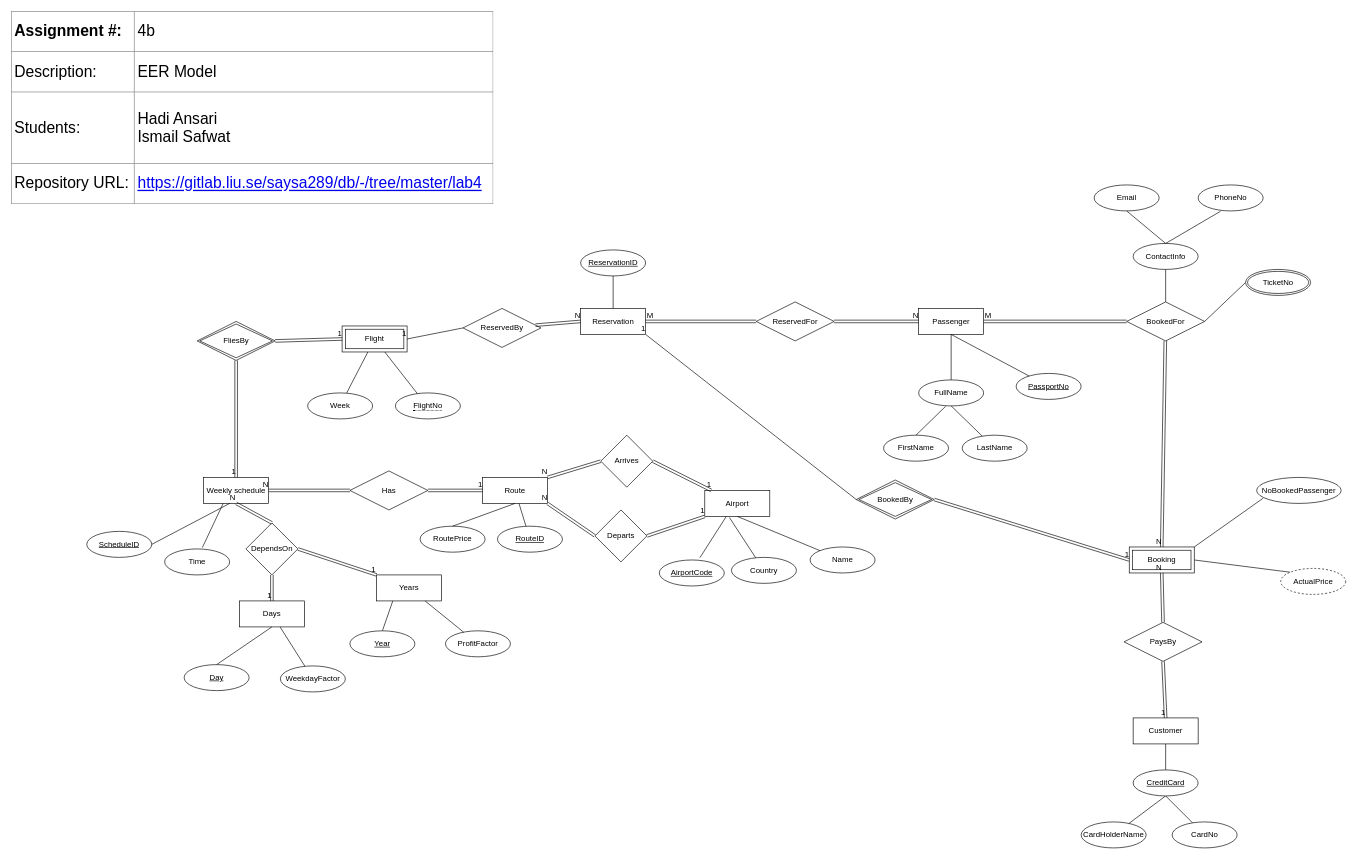
Above: page "EER Model" (1 of 2) of lab4/Assignment4b.drawio in hadi-ansari/TDDD12 (draw.io), before the change. Source tidied: cells renumbered, new cells numbered last; positions are measured from the earlier drawing's top-left corner, leaving out a move shared by most shapes. Both pictures are drawn from the tidied source at 65%, with x=0, y=0 at pixel (11, 11).
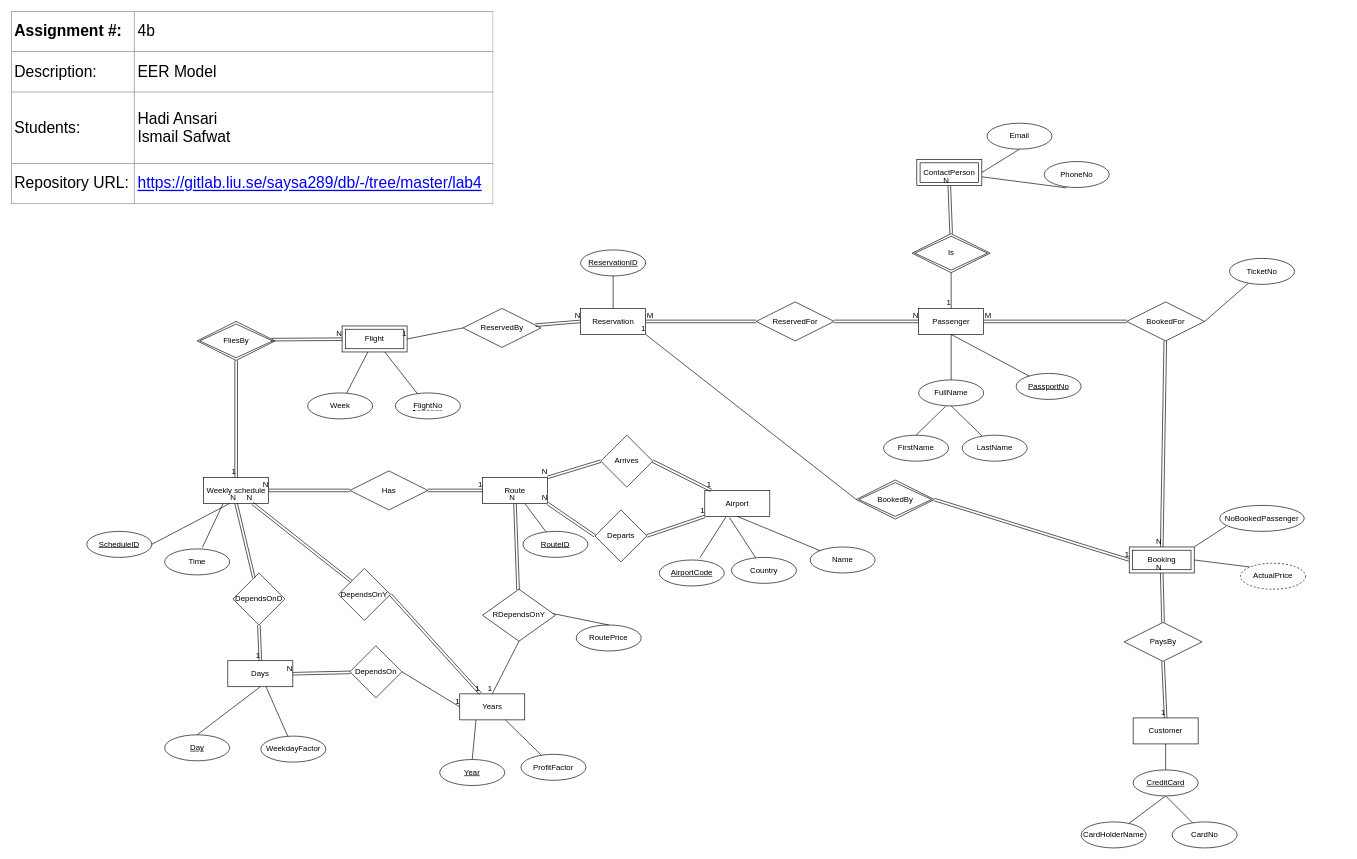
The same diagram, later.

The change refers to these unchanged cells:
```xml
<mxCell id="5" value="Flight" style="shape=ext;margin=3;double=1;whiteSpace=wrap;html=1;align=center;" parent="1" vertex="1">
  <mxGeometry x="508.8" y="484" width="100" height="40" as="geometry" />
</mxCell>
<mxCell id="6" value="Weekly schedule" style="whiteSpace=wrap;html=1;align=center;" parent="1" vertex="1">
  <mxGeometry x="295.8" y="717" width="100" height="40" as="geometry" />
</mxCell>
<mxCell id="7" value="FliesBy" style="shape=rhombus;double=1;perimeter=rhombusPerimeter;whiteSpace=wrap;html=1;align=center;" parent="1" vertex="1">
  <mxGeometry x="285.8" y="477" width="120" height="60" as="geometry" />
</mxCell>
<mxCell id="11" value="Route" style="whiteSpace=wrap;html=1;align=center;" parent="1" vertex="1">
  <mxGeometry x="724.8" y="717" width="100" height="40" as="geometry" />
</mxCell>
<mxCell id="21" value="Passenger" style="whiteSpace=wrap;html=1;align=center;" parent="1" vertex="1">
  <mxGeometry x="1395.8" y="457" width="100" height="40" as="geometry" />
</mxCell>
<mxCell id="37" value="BookedFor" style="shape=rhombus;perimeter=rhombusPerimeter;whiteSpace=wrap;html=1;align=center;" parent="1" vertex="1">
  <mxGeometry x="1715.8" y="447" width="120" height="60" as="geometry" />
</mxCell>
```

Diff of the diagram source:
```diff
@@
-    <mxCell id="49" style="endArrow=none;html=1;rounded=0;exitX=1;exitY=0.5;exitDx=0;exitDy=0;entryX=0;entryY=0.5;entryDx=0;entryDy=0;" parent="1" edge="1" source="37" target="50">
+    <mxCell id="49" style="endArrow=none;html=1;rounded=0;exitX=1;exitY=0.5;exitDx=0;exitDy=0;" parent="1" edge="1" source="37" target="50">
       <mxGeometry relative="1" as="geometry" />
     </mxCell>
-    <mxCell id="50" value="TicketNo" style="ellipse;shape=doubleEllipse;margin=3;whiteSpace=wrap;html=1;align=center;" parent="1" vertex="1">
-      <mxGeometry x="1898.8" y="397" width="100" height="40" as="geometry" />
-    </mxCell>
-    <mxCell id="51" value="ContactInfo" style="ellipse;whiteSpace=wrap;html=1;align=center;" parent="1" vertex="1">
-      <mxGeometry x="1725.8" y="357" width="100" height="40" as="geometry" />
-    </mxCell>
     <mxCell id="52" value="Email" style="ellipse;whiteSpace=wrap;html=1;align=center;" parent="1" vertex="1">
-      <mxGeometry x="1665.8" y="267" width="100" height="40" as="geometry" />
+      <mxGeometry x="1501" y="172" width="100" height="40" as="geometry" />
     </mxCell>
     <mxCell id="53" value="PhoneNo" style="ellipse;whiteSpace=wrap;html=1;align=center;" parent="1" vertex="1">
-      <mxGeometry x="1825.8" y="267" width="100" height="40" as="geometry" />
+      <mxGeometry x="1589" y="231" width="100" height="40" as="geometry" />
     </mxCell>
-    <mxCell id="54" style="endArrow=none;html=1;rounded=0;exitX=0.5;exitY=0;exitDx=0;exitDy=0;entryX=0.5;entryY=1;entryDx=0;entryDy=0;" parent="1" edge="1" source="37" target="51">
-      <mxGeometry relative="1" as="geometry" />
-    </mxCell>
-    <mxCell id="55" style="endArrow=none;html=1;rounded=0;exitX=0.5;exitY=0;exitDx=0;exitDy=0;entryX=0.344;entryY=1.014;entryDx=0;entryDy=0;entryPerimeter=0;" parent="1" edge="1" source="51" target="53">
+    <mxCell id="55" style="endArrow=none;html=1;rounded=0;entryX=0.344;entryY=1.014;entryDx=0;entryDy=0;entryPerimeter=0;" parent="1" edge="1" source="139" target="53">
       <mxGeometry relative="1" as="geometry" />
     </mxCell>
-    <mxCell id="56" style="endArrow=none;html=1;rounded=0;exitX=0.5;exitY=1;exitDx=0;exitDy=0;entryX=0.5;entryY=0;entryDx=0;entryDy=0;" parent="1" edge="1" source="52" target="51">
+    <mxCell id="56" style="endArrow=none;html=1;rounded=0;exitX=0.5;exitY=1;exitDx=0;exitDy=0;entryX=1;entryY=0.5;entryDx=0;entryDy=0;" parent="1" edge="1" source="52" target="139">
       <mxGeometry relative="1" as="geometry" />
     </mxCell>
     <mxCell id="57" value="RoutePrice" style="ellipse;whiteSpace=wrap;html=1;align=center;" parent="1" vertex="1">
-      <mxGeometry x="628.8" y="792" width="100" height="40" as="geometry" />
+      <mxGeometry x="869" y="944" width="100" height="40" as="geometry" />
     </mxCell>
-    <mxCell id="58" style="endArrow=none;html=1;rounded=0;exitX=0.5;exitY=1;exitDx=0;exitDy=0;entryX=0.5;entryY=0;entryDx=0;entryDy=0;" parent="1" edge="1" source="11" target="57">
+    <mxCell id="58" style="endArrow=none;html=1;rounded=0;exitX=0.947;exitY=0.463;exitDx=0;exitDy=0;entryX=0.5;entryY=0;entryDx=0;entryDy=0;exitPerimeter=0;" parent="1" edge="1" source="132" target="57">
       <mxGeometry relative="1" as="geometry" />
     </mxCell>
@@
-    <mxCell id="67" style="shape=link;html=1;rounded=0;exitX=1;exitY=0.5;exitDx=0;exitDy=0;entryX=0;entryY=0.5;entryDx=0;entryDy=0;" parent="1" edge="1" source="7" target="5">
-      <mxGeometry relative="1" as="geometry" />
-    </mxCell>
-    <mxCell id="68" value="1" style="html=1;align=right;verticalAlign=bottom;" parent="67" vertex="1">
-      <mxGeometry x="1" relative="1" as="geometry" />
-    </mxCell>
@@
     <mxCell id="73" value="NoBookedPassenger" style="ellipse;whiteSpace=wrap;html=1;align=center;" parent="1" vertex="1">
-      <mxGeometry x="1915.8" y="717" width="130" height="40" as="geometry" />
+      <mxGeometry x="1859" y="760" width="130" height="40" as="geometry" />
     </mxCell>
@@
     <mxCell id="75" value="ActualPrice" style="ellipse;whiteSpace=wrap;html=1;align=center;dashed=1;" parent="1" vertex="1">
-      <mxGeometry x="1952.8" y="857" width="100" height="40" as="geometry" />
+      <mxGeometry x="1891" y="849" width="100" height="40" as="geometry" />
     </mxCell>
@@
     <mxCell id="78" value="Days" style="whiteSpace=wrap;html=1;align=center;" parent="1" vertex="1">
-      <mxGeometry x="350.8" y="907" width="100" height="40" as="geometry" />
+      <mxGeometry x="333" y="999" width="100" height="40" as="geometry" />
     </mxCell>
     <mxCell id="79" value="WeekdayFactor" style="ellipse;whiteSpace=wrap;html=1;align=center;" parent="1" vertex="1">
-      <mxGeometry x="413.8" y="1007" width="100" height="40" as="geometry" />
+      <mxGeometry x="383.8" y="1115" width="100" height="40" as="geometry" />
     </mxCell>
@@
     <mxCell id="82" value="Years" style="whiteSpace=wrap;html=1;align=center;" parent="1" vertex="1">
-      <mxGeometry x="561.8" y="867" width="100" height="40" as="geometry" />
+      <mxGeometry x="689.8" y="1050" width="100" height="40" as="geometry" />
     </mxCell>
     <mxCell id="83" value="ProfitFactor" style="ellipse;whiteSpace=wrap;html=1;align=center;" parent="1" vertex="1">
-      <mxGeometry x="667.8" y="953" width="100" height="40" as="geometry" />
+      <mxGeometry x="784" y="1143" width="100" height="40" as="geometry" />
     </mxCell>
@@
     <mxCell id="85" value="DependsOn" style="rhombus;whiteSpace=wrap;html=1;" parent="1" vertex="1">
-      <mxGeometry x="360.8" y="787" width="80" height="80" as="geometry" />
+      <mxGeometry x="520.8" y="976" width="80" height="80" as="geometry" />
     </mxCell>
     <mxCell id="86" value="Day" style="ellipse;whiteSpace=wrap;html=1;align=center;fontStyle=4;" parent="1" vertex="1">
-      <mxGeometry x="265.8" y="1005" width="100" height="40" as="geometry" />
+      <mxGeometry x="235.8" y="1113" width="100" height="40" as="geometry" />
     </mxCell>
     <mxCell id="87" value="Year" style="ellipse;whiteSpace=wrap;html=1;align=center;fontStyle=4;" parent="1" vertex="1">
-      <mxGeometry x="520.8" y="953" width="100" height="40" as="geometry" />
+      <mxGeometry x="659" y="1151" width="100" height="40" as="geometry" />
     </mxCell>
-    <mxCell id="88" style="shape=link;html=1;rounded=0;entryX=0.5;entryY=1;entryDx=0;entryDy=0;exitX=0.5;exitY=0;exitDx=0;exitDy=0;" parent="1" edge="1" source="85" target="6">
-      <mxGeometry relative="1" as="geometry" />
-    </mxCell>
-    <mxCell id="89" value="N" style="html=1;align=right;verticalAlign=bottom;" parent="88" vertex="1">
-      <mxGeometry x="1" relative="1" as="geometry" />
-    </mxCell>
@@
-    <mxCell id="111" style="shape=link;html=1;rounded=0;exitX=1;exitY=0.5;exitDx=0;exitDy=0;entryX=0;entryY=0;entryDx=0;entryDy=0;" parent="1" edge="1" source="85" target="82">
-      <mxGeometry relative="1" as="geometry" />
-    </mxCell>
-    <mxCell id="112" value="1" style="html=1;align=right;verticalAlign=bottom;" parent="111" vertex="1">
-      <mxGeometry x="1" relative="1" as="geometry" />
-    </mxCell>
-    <mxCell id="113" style="shape=link;html=1;rounded=0;exitX=0.5;exitY=1;exitDx=0;exitDy=0;" parent="1" edge="1" source="85" target="78">
-      <mxGeometry relative="1" as="geometry" />
-    </mxCell>
-    <mxCell id="114" value="1" style="html=1;align=right;verticalAlign=bottom;" parent="113" vertex="1">
-      <mxGeometry x="1" relative="1" as="geometry" />
-    </mxCell>
@@
     <mxCell id="116" value="RouteID" style="ellipse;whiteSpace=wrap;html=1;align=center;fontStyle=4;" parent="1" vertex="1">
-      <mxGeometry x="747.8" y="792" width="100" height="40" as="geometry" />
+      <mxGeometry x="787" y="800" width="100" height="40" as="geometry" />
     </mxCell>
@@
+    <mxCell id="67" style="shape=link;html=1;rounded=0;exitX=0.952;exitY=0.467;exitDx=0;exitDy=0;exitPerimeter=0;" parent="1" edge="1" source="7" target="5">
+      <mxGeometry relative="1" as="geometry" />
+    </mxCell>
+    <mxCell id="119" value="N" style="html=1;align=right;verticalAlign=bottom;" parent="67" vertex="1">
+      <mxGeometry x="1" relative="1" as="geometry" />
+    </mxCell>
+    <mxCell id="120" value="DependsOnD" style="rhombus;whiteSpace=wrap;html=1;" parent="1" vertex="1">
+      <mxGeometry x="340.8" y="864" width="80" height="80" as="geometry" />
+    </mxCell>
+    <mxCell id="121" value="DependsOnY" style="rhombus;whiteSpace=wrap;html=1;" parent="1" vertex="1">
+      <mxGeometry x="503" y="857" width="80" height="80" as="geometry" />
+    </mxCell>
+    <mxCell id="122" style="shape=link;html=1;rounded=0;entryX=0.5;entryY=1;entryDx=0;entryDy=0;" parent="1" edge="1" source="120" target="6">
+      <mxGeometry relative="1" as="geometry" />
+    </mxCell>
+    <mxCell id="123" value="N" style="html=1;align=right;verticalAlign=bottom;" parent="122" vertex="1">
+      <mxGeometry x="1" relative="1" as="geometry" />
+    </mxCell>
+    <mxCell id="124" style="shape=link;html=1;rounded=0;exitX=0.5;exitY=1;exitDx=0;exitDy=0;entryX=0.5;entryY=0;entryDx=0;entryDy=0;" parent="1" edge="1" source="120" target="78">
+      <mxGeometry relative="1" as="geometry" />
+    </mxCell>
+    <mxCell id="125" value="1" style="html=1;align=right;verticalAlign=bottom;" parent="124" vertex="1">
+      <mxGeometry x="1" relative="1" as="geometry" />
+    </mxCell>
+    <mxCell id="126" style="shape=link;html=1;rounded=0;exitX=0;exitY=0;exitDx=0;exitDy=0;" parent="1" edge="1" source="121" target="6">
+      <mxGeometry relative="1" as="geometry" />
+    </mxCell>
+    <mxCell id="127" value="N" style="html=1;align=right;verticalAlign=bottom;" parent="126" vertex="1">
+      <mxGeometry x="1" relative="1" as="geometry" />
+    </mxCell>
+    <mxCell id="128" style="shape=link;html=1;rounded=0;exitX=1;exitY=0.5;exitDx=0;exitDy=0;" parent="1" edge="1" source="121" target="82">
+      <mxGeometry relative="1" as="geometry" />
+    </mxCell>
+    <mxCell id="129" value="1" style="html=1;align=right;verticalAlign=bottom;" parent="128" vertex="1">
+      <mxGeometry x="1" relative="1" as="geometry" />
+    </mxCell>
+    <mxCell id="113" style="shape=link;html=1;rounded=0;entryX=1;entryY=0.5;entryDx=0;entryDy=0;" parent="1" edge="1" source="85" target="78">
+      <mxGeometry relative="1" as="geometry" />
+    </mxCell>
+    <mxCell id="130" value="N" style="html=1;align=right;verticalAlign=bottom;" parent="113" vertex="1">
+      <mxGeometry x="1" relative="1" as="geometry" />
+    </mxCell>
+    <mxCell id="111" style="endArrow=none;html=1;rounded=0;exitX=1;exitY=0.5;exitDx=0;exitDy=0;entryX=0;entryY=0.5;entryDx=0;entryDy=0;" parent="1" edge="1" source="85" target="82">
+      <mxGeometry relative="1" as="geometry" />
+    </mxCell>
+    <mxCell id="131" value="1" style="html=1;align=right;verticalAlign=bottom;" parent="111" vertex="1">
+      <mxGeometry x="1" relative="1" as="geometry" />
+    </mxCell>
+    <mxCell id="132" value="RDependsOnY" style="rhombus;whiteSpace=wrap;html=1;" parent="1" vertex="1">
+      <mxGeometry x="724.8" y="889" width="112.2" height="80" as="geometry" />
+    </mxCell>
+    <mxCell id="133" style="shape=link;html=1;rounded=0;entryX=0.5;entryY=1;entryDx=0;entryDy=0;" parent="1" edge="1" source="132" target="11">
+      <mxGeometry relative="1" as="geometry" />
+    </mxCell>
+    <mxCell id="134" value="N" style="html=1;align=right;verticalAlign=bottom;" parent="133" vertex="1">
+      <mxGeometry x="1" relative="1" as="geometry" />
+    </mxCell>
+    <mxCell id="135" style="endArrow=none;html=1;rounded=0;exitX=0.5;exitY=1;exitDx=0;exitDy=0;entryX=0.5;entryY=0;entryDx=0;entryDy=0;" parent="1" edge="1" source="132" target="82">
+      <mxGeometry relative="1" as="geometry" />
+    </mxCell>
+    <mxCell id="136" value="1" style="html=1;align=right;verticalAlign=bottom;" parent="135" vertex="1">
+      <mxGeometry x="1" relative="1" as="geometry" />
+    </mxCell>
+    <mxCell id="50" value="TicketNo" style="ellipse;whiteSpace=wrap;html=1;align=center;" parent="1" vertex="1">
+      <mxGeometry x="1874" y="380" width="100" height="40" as="geometry" />
+    </mxCell>
+    <mxCell id="137" style="endArrow=none;html=1;rounded=0;exitX=0.5;exitY=1;exitDx=0;exitDy=0;entryX=0.5;entryY=0;entryDx=0;entryDy=0;" parent="1" edge="1" source="140" target="21">
+      <mxGeometry relative="1" as="geometry" />
+    </mxCell>
+    <mxCell id="138" value="1" style="html=1;align=right;verticalAlign=bottom;" parent="137" vertex="1">
+      <mxGeometry x="1" relative="1" as="geometry" />
+    </mxCell>
+    <mxCell id="139" value="&lt;span&gt;ContactPerson&lt;/span&gt;" style="shape=ext;margin=3;double=1;whiteSpace=wrap;html=1;align=center;" parent="1" vertex="1">
+      <mxGeometry x="1393" y="228" width="100" height="40" as="geometry" />
+    </mxCell>
+    <mxCell id="140" value="Is" style="shape=rhombus;double=1;perimeter=rhombusPerimeter;whiteSpace=wrap;html=1;align=center;" parent="1" vertex="1">
+      <mxGeometry x="1385.8" y="342" width="120" height="60" as="geometry" />
+    </mxCell>
+    <mxCell id="141" style="shape=link;html=1;rounded=0;entryX=0.5;entryY=1;entryDx=0;entryDy=0;exitX=0.5;exitY=0;exitDx=0;exitDy=0;" parent="1" edge="1" source="140" target="139">
+      <mxGeometry relative="1" as="geometry" />
+    </mxCell>
+    <mxCell id="142" value="N" style="html=1;align=right;verticalAlign=bottom;" parent="141" vertex="1">
+      <mxGeometry x="1" relative="1" as="geometry" />
+    </mxCell>
```
